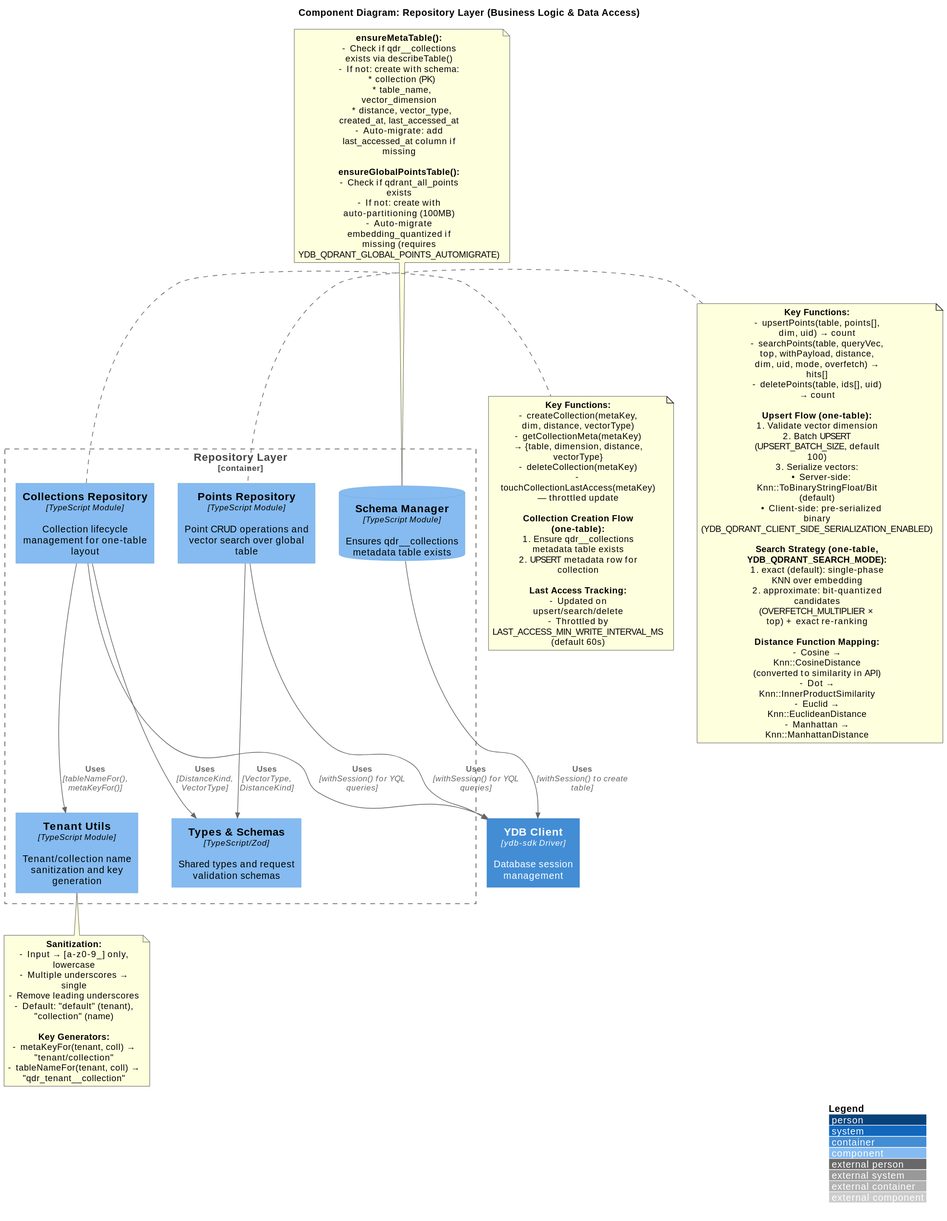
Above: schemas/C4-Component-Repository-Layer.svg in astandrik/ydb-qdrant (PlantUML), before the change.
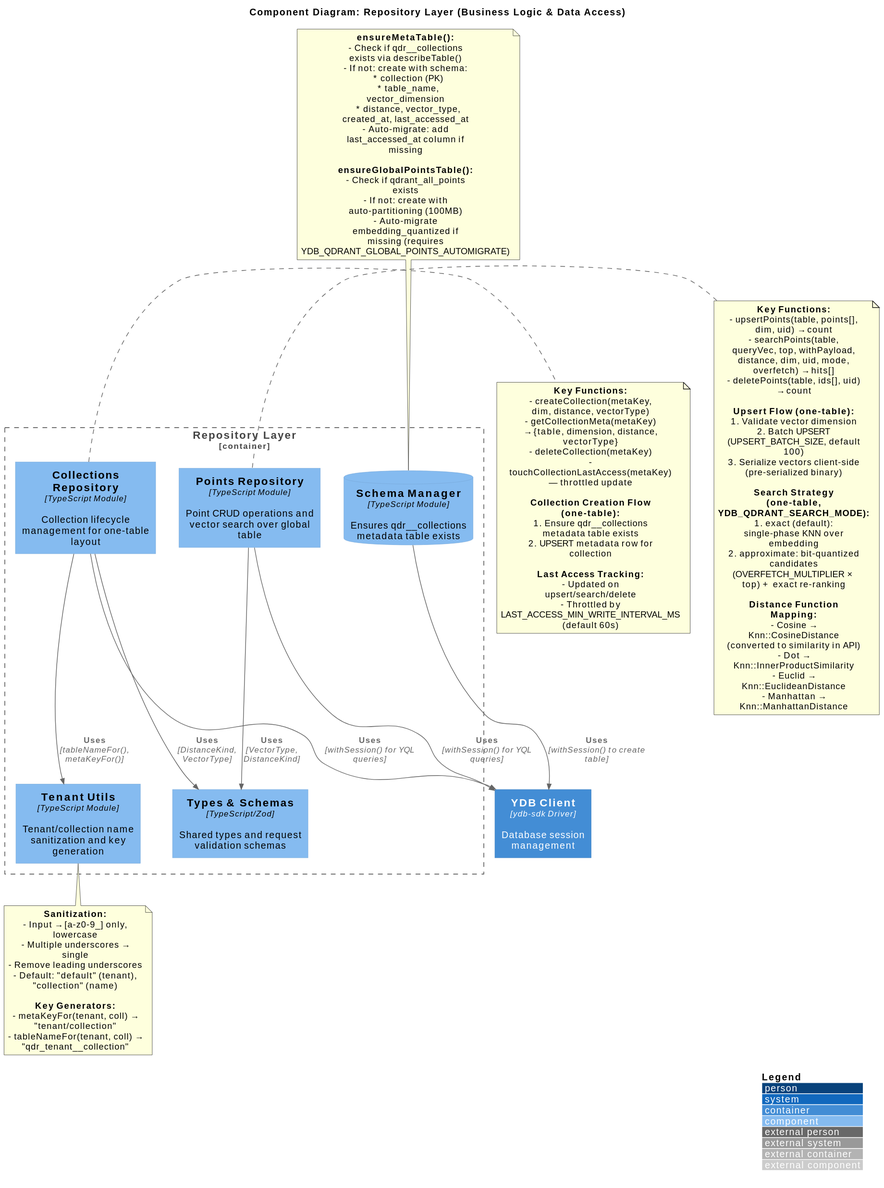
Later version of the same file.

The edit, as a diff of the source:
```diff
@@ -53,9 +53,7 @@
   **Upsert Flow (one-table):**
   1. Validate vector dimension
   2. Batch UPSERT (UPSERT_BATCH_SIZE, default 100)
-  3. Serialize vectors:
-     • Server-side: Knn::ToBinaryStringFloat/Bit (default)
-     • Client-side: pre-serialized binary (YDB_QDRANT_CLIENT_SIDE_SERIALIZATION_ENABLED)
+  3. Serialize vectors client-side (pre-serialized binary)
 
   **Search Strategy (one-table, YDB_QDRANT_SEARCH_MODE):**
   1. exact (default): single-phase KNN over embedding
```
